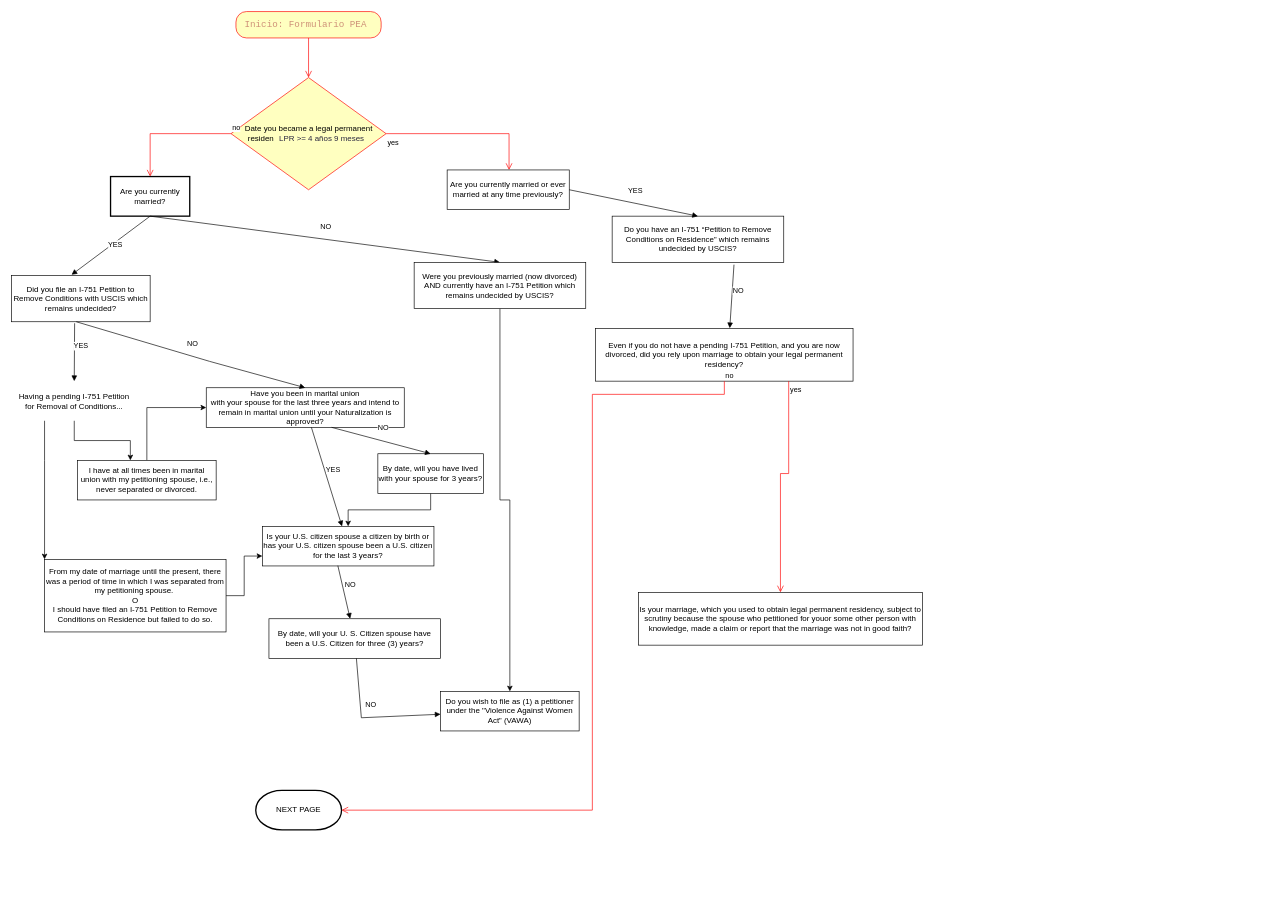
The draw.io diagram Preliminary Diagram.drawio in thomywtc/portfolio, before the edit. Source tidied: cells renumbered, new cells numbered last; positions are measured from the earlier drawing's top-left corner, leaving out a move shared by most shapes. Both pictures are drawn from the tidied source at 66%, with x=0, y=0 at pixel (11, 11).
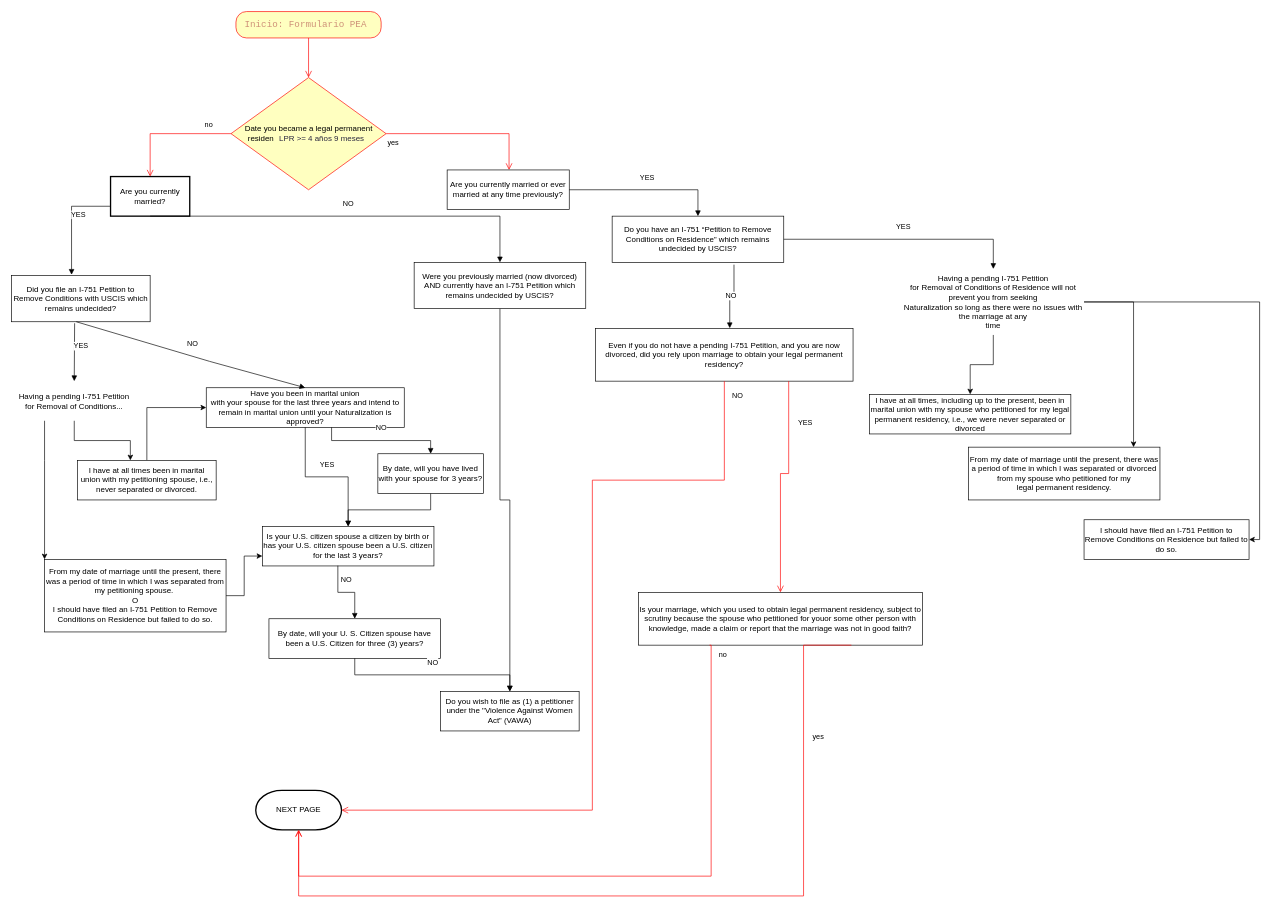
After the change.

Unchanged cells that the change refers to:
```xml
<mxCell id="2" value="&lt;span class=&quot;gform-field-label__text&quot;&gt;Are you currently married?&lt;/span&gt;" style="whiteSpace=wrap;html=1;strokeWidth=2;" parent="1" vertex="1">
  <mxGeometry x="150" y="250" width="120" height="60" as="geometry" />
</mxCell>
<mxCell id="5" value="&lt;span class=&quot;gform-field-label__text&quot;&gt;Were you previously married (now divorced) AND currently have an I-751 Petition which remains undecided by USCIS?&lt;/span&gt;" style="rounded=0;whiteSpace=wrap;html=1;" parent="1" vertex="1">
  <mxGeometry x="610" y="380" width="260" height="70" as="geometry" />
</mxCell>
<mxCell id="7" value="&lt;span class=&quot;gform-field-label__text&quot;&gt;Did you file an I-751 Petition to Remove Conditions with USCIS which remains undecided?&lt;/span&gt;" style="rounded=0;whiteSpace=wrap;html=1;" parent="1" vertex="1">
  <mxGeometry y="400" width="210" height="70" as="geometry" />
</mxCell>
<mxCell id="8" value="&lt;span class=&quot;gform-field-label__text&quot;&gt;Have you been in marital union &lt;br&gt;with your spouse for the last three years and intend to remain in marital union until your Naturalization is approved?&lt;/span&gt;" style="rounded=0;whiteSpace=wrap;html=1;" parent="1" vertex="1">
  <mxGeometry x="295" y="570" width="300" height="60" as="geometry" />
</mxCell>
<mxCell id="14" value="Do you wish to file as (1) a petitioner under the &quot;Violence Against Women Act” (VAWA)" style="rounded=0;whiteSpace=wrap;html=1;" parent="1" vertex="1">
  <mxGeometry x="650" y="1030" width="210" height="60" as="geometry" />
</mxCell>
<mxCell id="15" value="&lt;span class=&quot;gform-field-label__text&quot;&gt;Is your U.S. citizen spouse a citizen by birth or has your U.S. citizen spouse been a U.S. citizen for the last 3 years?&lt;/span&gt;" style="rounded=0;whiteSpace=wrap;html=1;" parent="1" vertex="1">
  <mxGeometry x="380" y="780" width="260" height="60" as="geometry" />
</mxCell>
<mxCell id="18" value="&lt;br&gt;By date, will you have lived with your spouse for 3 years?&lt;div&gt;&lt;br/&gt;&lt;/div&gt;" style="rounded=0;whiteSpace=wrap;html=1;" parent="1" vertex="1">
  <mxGeometry x="555" y="670" width="160" height="60" as="geometry" />
</mxCell>
<mxCell id="20" value="&lt;br&gt;By date, will your U. S. Citizen spouse have been a U.S. Citizen for three (3) years?&lt;div&gt;&lt;br/&gt;&lt;/div&gt;" style="rounded=0;whiteSpace=wrap;html=1;" parent="1" vertex="1">
  <mxGeometry x="390" y="920" width="260" height="60" as="geometry" />
</mxCell>
<mxCell id="30" value="&lt;span class=&quot;gform-field-label__text&quot;&gt;Date you became a legal permanent residen&lt;/span&gt;&lt;span style=&quot;padding-left: 8px; padding-right: 8px; text-align: center; justify-content: center; color: light-dark(rgb(40, 37, 61), rgb(255, 255, 255));&quot;&gt;LPR &amp;gt;= 4 años 9 meses&lt;/span&gt;" style="rhombus;whiteSpace=wrap;html=1;fontColor=#000000;fillColor=#ffffc0;strokeColor=#ff0000;" parent="1" vertex="1">
  <mxGeometry x="332.5" y="100" width="235" height="170" as="geometry" />
</mxCell>
<mxCell id="33" value="&lt;span class=&quot;gform-field-label__text&quot;&gt;Are you currently married or ever married at any time previously?&lt;/span&gt;" style="rounded=0;whiteSpace=wrap;html=1;" parent="1" vertex="1">
  <mxGeometry x="660" y="240" width="185" height="60" as="geometry" />
</mxCell>
<mxCell id="34" value="NEXT PAGE" style="strokeWidth=2;html=1;shape=mxgraph.flowchart.terminator;whiteSpace=wrap;strokeColor=light-dark(#000000,#3399FF);" parent="1" vertex="1">
  <mxGeometry x="370" y="1180" width="130" height="60" as="geometry" />
</mxCell>
<mxCell id="35" value="&lt;span class=&quot;gform-field-label__text&quot;&gt;Do you have an I-751 “Petition to Remove Conditions on Residence” which remains undecided by USCIS?&lt;/span&gt;" style="whiteSpace=wrap;html=1;align=center;" parent="1" vertex="1">
  <mxGeometry x="910" y="310" width="260" height="70" as="geometry" />
</mxCell>
<mxCell id="37" value="&lt;span class=&quot;gform-field-label__text&quot;&gt;Even if you do not have a pending I-751 Petition, and you are now divorced, did you rely upon marriage to obtain your legal permanent residency?&lt;/span&gt;" style="whiteSpace=wrap;html=1;align=center;" parent="1" vertex="1">
  <mxGeometry x="885" y="480" width="390" height="80" as="geometry" />
</mxCell>
<mxCell id="39" value="&lt;span class=&quot;gform-field-label__text&quot;&gt;Is your marriage, which you used to obtain legal permanent residency, subject to scrutiny because the spouse who petitioned for youor some other person with knowledge, made a&amp;nbsp;claim or report that the marriage was not in good faith?&lt;/span&gt;" style="whiteSpace=wrap;html=1;align=center;" parent="1" vertex="1">
  <mxGeometry x="950" y="880" width="430" height="80" as="geometry" />
</mxCell>
```

Change to the diagram source:
```diff
@@
-    <mxCell id="3" value="&lt;div&gt;NO&lt;/div&gt;" style="html=1;verticalAlign=bottom;endArrow=block;curved=0;rounded=0;exitX=0.5;exitY=1;exitDx=0;exitDy=0;entryX=0.5;entryY=0;entryDx=0;entryDy=0;" parent="1" edge="1" source="2" target="5">
-      <mxGeometry y="10" relative="1" as="geometry" />
+    <mxCell id="3" value="&lt;div&gt;NO&lt;/div&gt;" style="html=1;verticalAlign=bottom;endArrow=block;rounded=0;exitX=0.5;exitY=1;exitDx=0;exitDy=0;entryX=0.5;entryY=0;entryDx=0;entryDy=0;edgeStyle=orthogonalEdgeStyle;" parent="1" edge="1" source="2" target="5">
+      <mxGeometry y="10" relative="1" as="geometry">
+        <Array as="points">
+          <mxPoint x="740" y="310" />
+        </Array>
+      </mxGeometry>
     </mxCell>
@@
-    <mxCell id="6" value="YES" style="html=1;verticalAlign=bottom;endArrow=block;curved=0;rounded=0;exitX=0.5;exitY=1;exitDx=0;exitDy=0;entryX=0.433;entryY=-0.017;entryDx=0;entryDy=0;entryPerimeter=0;" parent="1" edge="1" source="2" target="7">
+    <mxCell id="6" value="YES" style="html=1;verticalAlign=bottom;endArrow=block;rounded=0;exitX=0;exitY=0.75;exitDx=0;exitDy=0;entryX=0.433;entryY=-0.017;entryDx=0;entryDy=0;entryPerimeter=0;edgeStyle=orthogonalEdgeStyle;" parent="1" edge="1" source="2" target="7">
       <mxGeometry y="10" relative="1" as="geometry" />
     </mxCell>
@@
-    <mxCell id="16" value="YES" style="html=1;verticalAlign=bottom;endArrow=block;curved=0;rounded=0;" parent="1" edge="1" source="8" target="15">
+    <mxCell id="16" value="YES" style="html=1;verticalAlign=bottom;endArrow=block;rounded=0;edgeStyle=orthogonalEdgeStyle;" parent="1" edge="1" source="8" target="15">
       <mxGeometry y="10" relative="1" as="geometry" />
     </mxCell>
@@
-    <mxCell id="19" value="&lt;div&gt;NO&lt;/div&gt;" style="html=1;verticalAlign=bottom;endArrow=block;curved=0;rounded=0;exitX=0.633;exitY=1;exitDx=0;exitDy=0;entryX=0.5;entryY=0;entryDx=0;entryDy=0;exitPerimeter=0;" parent="1" edge="1" source="8" target="18">
+    <mxCell id="19" value="&lt;div&gt;NO&lt;/div&gt;" style="html=1;verticalAlign=bottom;endArrow=block;rounded=0;exitX=0.633;exitY=1;exitDx=0;exitDy=0;entryX=0.5;entryY=0;entryDx=0;entryDy=0;exitPerimeter=0;edgeStyle=orthogonalEdgeStyle;" parent="1" edge="1" source="8" target="18">
       <mxGeometry y="10" relative="1" as="geometry" />
     </mxCell>
@@
-    <mxCell id="21" value="&lt;div&gt;NO&lt;/div&gt;" style="html=1;verticalAlign=bottom;endArrow=block;curved=0;rounded=0;exitX=0.44;exitY=0.993;exitDx=0;exitDy=0;exitPerimeter=0;" parent="1" edge="1" source="15" target="20">
+    <mxCell id="21" value="&lt;div&gt;NO&lt;/div&gt;" style="html=1;verticalAlign=bottom;endArrow=block;rounded=0;exitX=0.44;exitY=0.993;exitDx=0;exitDy=0;exitPerimeter=0;edgeStyle=orthogonalEdgeStyle;" parent="1" edge="1" source="15" target="20">
       <mxGeometry y="10" relative="1" as="geometry" />
     </mxCell>
-    <mxCell id="22" value="&lt;div&gt;NO&lt;/div&gt;" style="html=1;verticalAlign=bottom;endArrow=block;curved=0;rounded=0;" parent="1" edge="1" source="20" target="14">
-      <mxGeometry y="10" relative="1" as="geometry">
-        <Array as="points">
-          <mxPoint x="530" y="1070" />
-        </Array>
-      </mxGeometry>
+    <mxCell id="22" value="&lt;div&gt;NO&lt;/div&gt;" style="html=1;verticalAlign=bottom;endArrow=block;rounded=0;edgeStyle=orthogonalEdgeStyle;" parent="1" edge="1" source="20" target="14">
+      <mxGeometry y="10" relative="1" as="geometry" />
     </mxCell>
@@
     <mxCell id="31" value="no" style="edgeStyle=orthogonalEdgeStyle;html=1;align=left;verticalAlign=bottom;endArrow=open;endSize=8;strokeColor=#ff0000;rounded=0;entryX=0.5;entryY=0;entryDx=0;entryDy=0;" parent="1" edge="1" source="30" target="2">
-      <mxGeometry x="-1" relative="1" as="geometry" />
+      <mxGeometry x="-0.55" y="-5" relative="1" as="geometry" />
     </mxCell>
@@
-    <mxCell id="36" value="YES" style="html=1;verticalAlign=bottom;endArrow=block;curved=0;rounded=0;exitX=1;exitY=0.5;exitDx=0;exitDy=0;entryX=0.5;entryY=0;entryDx=0;entryDy=0;" parent="1" edge="1" source="33" target="35">
+    <mxCell id="36" value="YES" style="html=1;verticalAlign=bottom;endArrow=block;rounded=0;exitX=1;exitY=0.5;exitDx=0;exitDy=0;entryX=0.5;entryY=0;entryDx=0;entryDy=0;edgeStyle=orthogonalEdgeStyle;" parent="1" edge="1" source="33" target="35">
       <mxGeometry y="10" relative="1" as="geometry" />
     </mxCell>
@@
-    <mxCell id="38" value="&lt;div&gt;NO&lt;/div&gt;" style="html=1;verticalAlign=bottom;endArrow=block;curved=0;rounded=0;exitX=0.71;exitY=1.05;exitDx=0;exitDy=0;entryX=0.521;entryY=-0.003;entryDx=0;entryDy=0;entryPerimeter=0;exitPerimeter=0;" parent="1" edge="1" source="35" target="37">
+    <mxCell id="38" value="&lt;div&gt;NO&lt;/div&gt;" style="html=1;verticalAlign=bottom;endArrow=block;rounded=0;exitX=0.71;exitY=1.05;exitDx=0;exitDy=0;entryX=0.521;entryY=-0.003;entryDx=0;entryDy=0;entryPerimeter=0;exitPerimeter=0;edgeStyle=orthogonalEdgeStyle;" parent="1" edge="1" source="35" target="37">
       <mxGeometry y="10" relative="1" as="geometry" />
     </mxCell>
@@
-    <mxCell id="40" value="yes" style="edgeStyle=orthogonalEdgeStyle;html=1;align=left;verticalAlign=top;endArrow=open;endSize=8;strokeColor=light-dark(#FF0000,#FFFFFF);rounded=0;exitX=0.75;exitY=1;exitDx=0;exitDy=0;entryX=0.5;entryY=0;entryDx=0;entryDy=0;" parent="1" edge="1" source="37" target="39">
-      <mxGeometry x="-1" relative="1" as="geometry">
+    <mxCell id="40" value="YES" style="edgeStyle=orthogonalEdgeStyle;html=1;align=left;verticalAlign=top;endArrow=open;endSize=8;strokeColor=light-dark(#FF0000,#FFFFFF);rounded=0;exitX=0.75;exitY=1;exitDx=0;exitDy=0;entryX=0.5;entryY=0;entryDx=0;entryDy=0;" parent="1" edge="1" source="37" target="39">
+      <mxGeometry x="-0.7" y="13" relative="1" as="geometry">
         <Array as="points">
           <mxPoint x="1177.5" y="700" />
           <mxPoint x="1165" y="700" />
         </Array>
+        <mxPoint x="-1" as="offset" />
       </mxGeometry>
     </mxCell>
-    <mxCell id="41" value="no" style="edgeStyle=orthogonalEdgeStyle;html=1;align=left;verticalAlign=bottom;endArrow=open;endSize=8;strokeColor=light-dark(#FF0000,#FFFFFF);rounded=0;entryX=1;entryY=0.5;entryDx=0;entryDy=0;entryPerimeter=0;" parent="1" edge="1" source="37" target="34">
-      <mxGeometry x="-1" relative="1" as="geometry">
+    <mxCell id="41" value="&lt;div&gt;NO&lt;/div&gt;" style="edgeStyle=orthogonalEdgeStyle;html=1;align=left;verticalAlign=bottom;endArrow=open;endSize=8;strokeColor=light-dark(#FF0000,#FFFFFF);rounded=0;entryX=1;entryY=0.5;entryDx=0;entryDy=0;entryPerimeter=0;" parent="1" edge="1" source="37" target="34">
+      <mxGeometry x="-0.95" y="10" relative="1" as="geometry">
         <Array as="points">
-          <mxPoint x="880" y="580" />
+          <mxPoint x="1080" y="710" />
+          <mxPoint x="880" y="710" />
           <mxPoint x="880" y="1210" />
         </Array>
       </mxGeometry>
     </mxCell>
+    <mxCell id="42" value="yes" style="edgeStyle=orthogonalEdgeStyle;html=1;align=left;verticalAlign=top;endArrow=open;endSize=8;strokeColor=light-dark(#FF0000,#FFFFFF);rounded=0;exitX=0.75;exitY=1;exitDx=0;exitDy=0;entryX=0.5;entryY=1;entryDx=0;entryDy=0;entryPerimeter=0;" parent="1" edge="1" source="39" target="34">
+      <mxGeometry x="-0.7" y="13" relative="1" as="geometry">
+        <Array as="points">
+          <mxPoint x="1200" y="960" />
+          <mxPoint x="1200" y="1340" />
+          <mxPoint x="435" y="1340" />
+        </Array>
+        <mxPoint x="-1" as="offset" />
+      </mxGeometry>
+    </mxCell>
+    <mxCell id="43" value="no" style="edgeStyle=orthogonalEdgeStyle;html=1;align=left;verticalAlign=bottom;endArrow=open;endSize=8;strokeColor=light-dark(#FF0000,#FFFFFF);rounded=0;exitX=0.25;exitY=1;exitDx=0;exitDy=0;" parent="1" edge="1" source="39" target="34">
+      <mxGeometry x="-0.95" y="10" relative="1" as="geometry">
+        <Array as="points">
+          <mxPoint x="1060" y="960" />
+          <mxPoint x="1060" y="1310" />
+          <mxPoint x="435" y="1310" />
+        </Array>
+      </mxGeometry>
+    </mxCell>
+    <mxCell id="44" style="edgeStyle=orthogonalEdgeStyle;rounded=0;jettySize=auto;html=1;" parent="1" edge="1" source="47" target="49">
+      <mxGeometry relative="1" as="geometry" />
+    </mxCell>
+    <mxCell id="45" style="edgeStyle=orthogonalEdgeStyle;rounded=0;jettySize=auto;html=1;" parent="1" edge="1" source="47" target="50">
+      <mxGeometry relative="1" as="geometry">
+        <Array as="points">
+          <mxPoint x="1700" y="440" />
+        </Array>
+      </mxGeometry>
+    </mxCell>
+    <mxCell id="46" style="edgeStyle=orthogonalEdgeStyle;rounded=0;jettySize=auto;html=1;libavoidRouting=1;" parent="1" edge="1" source="47" target="51">
+      <mxGeometry relative="1" as="geometry">
+        <Array as="points">
+          <mxPoint x="1891" y="440" />
+          <mxPoint x="1891" y="800" />
+        </Array>
+      </mxGeometry>
+    </mxCell>
+    <mxCell id="47" value="&lt;span class=&quot;gform-field-label__text&quot;&gt;Having a pending I-751 Petition &lt;br/&gt;for Removal of Conditions of Residence will not prevent you from seeking&lt;br/&gt; Naturalization so long as there were no issues with the marriage at any&lt;br/&gt; time&lt;/span&gt;" style="text;html=1;whiteSpace=wrap;strokeColor=none;fillColor=none;align=center;verticalAlign=middle;rounded=0;" parent="1" vertex="1">
+      <mxGeometry x="1350" y="390" width="275" height="100" as="geometry" />
+    </mxCell>
+    <mxCell id="48" value="YES" style="html=1;verticalAlign=bottom;endArrow=block;rounded=0;exitX=1;exitY=0.5;exitDx=0;exitDy=0;entryX=0.5;entryY=0;entryDx=0;entryDy=0;edgeStyle=orthogonalEdgeStyle;" parent="1" edge="1" source="35" target="47">
+      <mxGeometry y="10" relative="1" as="geometry" />
+    </mxCell>
+    <mxCell id="49" value="&lt;br&gt;I have at all times, including up to the present, been in marital union with my spouse who petitioned for my legal permanent residency, i.e., we were never separated or divorced&lt;div&gt;&lt;br/&gt;&lt;/div&gt;" style="rounded=0;whiteSpace=wrap;html=1;" parent="1" vertex="1">
+      <mxGeometry x="1300" y="580" width="305" height="60" as="geometry" />
+    </mxCell>
+    <mxCell id="50" value="&lt;label for=&quot;choice_78_102_1&quot; id=&quot;label_78_102_1&quot; class=&quot;gform-field-label gform-field-label--type-inline&quot;&gt;From my date of marriage until the present, there was a period of time in which I was separated or divorced from my spouse who petitioned for my &lt;br&gt;legal permanent residency.&lt;/label&gt;" style="rounded=0;whiteSpace=wrap;html=1;" parent="1" vertex="1">
+      <mxGeometry x="1450" y="660" width="290" height="80" as="geometry" />
+    </mxCell>
+    <mxCell id="51" value="I should have filed an I-751 Petition to Remove Conditions on Residence but failed to do so." style="rounded=0;whiteSpace=wrap;html=1;" parent="1" vertex="1">
+      <mxGeometry x="1625" y="770" width="250" height="60" as="geometry" />
+    </mxCell>
```
